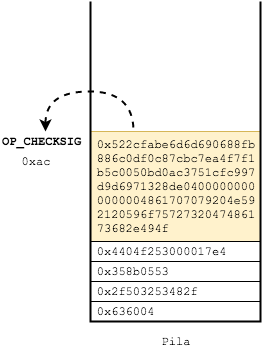
Above: img/Bitcoin_transactions_stack_10.png in JavDomGom/Bitcoin_script_language (draw.io), before the change. Source tidied: cells renumbered, new cells last; positions are measured from the earlier drawing's top-left corner, leaving out a move shared by most shapes.
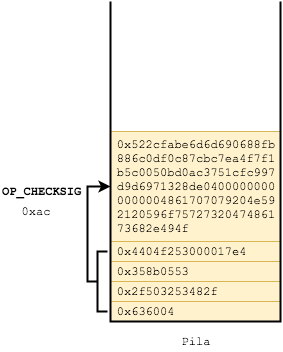
Above is the later version.

What changed in the source:
```diff
@@ -8,41 +8,52 @@
     <mxCell id="3" value="&lt;div&gt;0x522cfabe6d6d690688fb&lt;/div&gt;&lt;div&gt;886c0df0c87cbc7ea4f7f1&lt;/div&gt;&lt;div&gt;b5c0050bd0ac3751cfc997&lt;/div&gt;&lt;div&gt;d9d6971328de0400000000&lt;/div&gt;&lt;div&gt;0000004861707079204e59&lt;/div&gt;&lt;div&gt;2120596f75727320474861&lt;/div&gt;&lt;div&gt;73682e494f&amp;nbsp; &amp;nbsp; &amp;nbsp; &amp;nbsp; &amp;nbsp; &amp;nbsp;&amp;nbsp;&lt;/div&gt;" style="text;html=1;strokeColor=#d6b656;fillColor=#fff2cc;align=center;verticalAlign=middle;whiteSpace=wrap;rounded=0;fontFamily=Courier New;" parent="1" vertex="1">
       <mxGeometry x="90" y="130" width="170" height="110" as="geometry" />
     </mxCell>
-    <mxCell id="4" style="endArrow=none;html=1;rounded=0;strokeWidth=2;" parent="1" edge="1">
-      <mxGeometry relative="1" as="geometry">
-        <mxPoint x="260" as="sourcePoint" />
-        <mxPoint x="90" as="targetPoint" />
-        <Array as="points">
-          <mxPoint x="260" y="320" />
-          <mxPoint x="90" y="320" />
-        </Array>
-      </mxGeometry>
+    <mxCell id="4" value="&lt;span&gt;OP_&lt;/span&gt;CHECKSIG&lt;br&gt;" style="text;html=1;strokeColor=none;fillColor=none;align=left;verticalAlign=middle;whiteSpace=wrap;rounded=0;fontFamily=Courier New;fontStyle=1;" parent="1" vertex="1">
+      <mxGeometry x="-20" y="180" width="90" height="20" as="geometry" />
     </mxCell>
-    <mxCell id="5" value="&lt;span&gt;OP_&lt;/span&gt;CHECKSIG&lt;br&gt;" style="text;html=1;strokeColor=none;fillColor=none;align=left;verticalAlign=middle;whiteSpace=wrap;rounded=0;fontFamily=Courier New;fontStyle=1;" parent="1" vertex="1">
-      <mxGeometry y="130" width="90" height="20" as="geometry" />
+    <mxCell id="5" value="&lt;span&gt;0x636004&amp;nbsp; &amp;nbsp; &amp;nbsp; &amp;nbsp; &amp;nbsp; &amp;nbsp; &amp;nbsp;&amp;nbsp;&lt;/span&gt;" style="text;html=1;strokeColor=#d6b656;fillColor=#fff2cc;align=center;verticalAlign=middle;whiteSpace=wrap;rounded=0;fontFamily=Courier New;" parent="1" vertex="1">
+      <mxGeometry x="90" y="300" width="170" height="20" as="geometry" />
     </mxCell>
-    <mxCell id="6" style="curved=1;endArrow=none;html=1;strokeWidth=2;fontFamily=Courier New;exitX=0.5;exitY=0;exitDx=0;exitDy=0;entryX=0.25;entryY=0;entryDx=0;entryDy=0;dashed=1;startArrow=classic;startFill=1;endFill=0;" parent="1" edge="1" source="5" target="3">
-      <mxGeometry relative="1" as="geometry">
-        <Array as="points">
-          <mxPoint x="45" y="90" />
-          <mxPoint x="133" y="90" />
-        </Array>
-      </mxGeometry>
+    <mxCell id="6" value="&lt;span&gt;0x2f503253482f&amp;nbsp; &amp;nbsp; &amp;nbsp; &amp;nbsp;&amp;nbsp;&lt;/span&gt;&lt;br&gt;" style="text;html=1;strokeColor=#d6b656;fillColor=#fff2cc;align=center;verticalAlign=middle;whiteSpace=wrap;rounded=0;fontFamily=Courier New;" parent="1" vertex="1">
+      <mxGeometry x="90" y="280" width="170" height="20" as="geometry" />
     </mxCell>
-    <mxCell id="7" value="&lt;span&gt;0x636004&amp;nbsp; &amp;nbsp; &amp;nbsp; &amp;nbsp; &amp;nbsp; &amp;nbsp; &amp;nbsp;&amp;nbsp;&lt;/span&gt;" style="text;html=1;strokeColor=#000000;fillColor=none;align=center;verticalAlign=middle;whiteSpace=wrap;rounded=0;fontFamily=Courier New;" parent="1" vertex="1">
-      <mxGeometry x="90" y="300" width="170" height="20" as="geometry" />
+    <mxCell id="7" value="&lt;span&gt;0x358b0553&amp;nbsp; &amp;nbsp; &amp;nbsp; &amp;nbsp; &amp;nbsp; &amp;nbsp;&amp;nbsp;&lt;/span&gt;&lt;br&gt;" style="text;html=1;strokeColor=#d6b656;fillColor=#fff2cc;align=center;verticalAlign=middle;whiteSpace=wrap;rounded=0;fontFamily=Courier New;" parent="1" vertex="1">
+      <mxGeometry x="90" y="260" width="170" height="20" as="geometry" />
     </mxCell>
-    <mxCell id="8" value="&lt;span&gt;0x2f503253482f&amp;nbsp; &amp;nbsp; &amp;nbsp; &amp;nbsp;&amp;nbsp;&lt;/span&gt;&lt;br&gt;" style="text;html=1;strokeColor=#000000;fillColor=none;align=center;verticalAlign=middle;whiteSpace=wrap;rounded=0;fontFamily=Courier New;" parent="1" vertex="1">
-      <mxGeometry x="90" y="280" width="170" height="20" as="geometry" />
+    <mxCell id="8" value="&lt;span&gt;0x4404f253000017e4&amp;nbsp; &amp;nbsp;&amp;nbsp;&lt;/span&gt;&lt;br&gt;" style="text;html=1;strokeColor=#d6b656;fillColor=#fff2cc;align=center;verticalAlign=middle;whiteSpace=wrap;rounded=0;fontFamily=Courier New;" parent="1" vertex="1">
+      <mxGeometry x="90" y="240" width="170" height="20" as="geometry" />
     </mxCell>
-    <mxCell id="9" value="&lt;span&gt;0x358b0553&amp;nbsp; &amp;nbsp; &amp;nbsp; &amp;nbsp; &amp;nbsp; &amp;nbsp;&amp;nbsp;&lt;/span&gt;&lt;br&gt;" style="text;html=1;strokeColor=#000000;fillColor=none;align=center;verticalAlign=middle;whiteSpace=wrap;rounded=0;fontFamily=Courier New;" parent="1" vertex="1">
-      <mxGeometry x="90" y="260" width="170" height="20" as="geometry" />
+    <mxCell id="9" value="0xac" style="text;html=1;strokeColor=none;fillColor=none;align=center;verticalAlign=middle;whiteSpace=wrap;rounded=0;fontFamily=Courier New;" parent="1" vertex="1">
+      <mxGeometry x="-5" y="200" width="40" height="20" as="geometry" />
     </mxCell>
-    <mxCell id="10" value="&lt;span&gt;0x4404f253000017e4&amp;nbsp; &amp;nbsp;&amp;nbsp;&lt;/span&gt;&lt;br&gt;" style="text;html=1;strokeColor=#000000;fillColor=none;align=center;verticalAlign=middle;whiteSpace=wrap;rounded=0;fontFamily=Courier New;" parent="1" vertex="1">
-      <mxGeometry x="90" y="240" width="170" height="20" as="geometry" />
+    <mxCell id="10" style="endArrow=classic;html=1;rounded=0;strokeWidth=2;entryX=0;entryY=0.5;entryDx=0;entryDy=0;" parent="1" edge="1" target="3">
+      <mxGeometry relative="1" as="geometry">
+        <mxPoint x="77" y="280" as="sourcePoint" />
+        <Array as="points">
+          <mxPoint x="67" y="280" />
+          <mxPoint x="67" y="185" />
+        </Array>
+      </mxGeometry>
     </mxCell>
-    <mxCell id="11" value="0xac" style="text;html=1;strokeColor=none;fillColor=none;align=center;verticalAlign=middle;whiteSpace=wrap;rounded=0;fontFamily=Courier New;" parent="1" vertex="1">
-      <mxGeometry x="15" y="150" width="40" height="20" as="geometry" />
+    <mxCell id="11" style="endArrow=none;html=1;rounded=0;strokeWidth=2;" parent="1" edge="1">
+      <mxGeometry relative="1" as="geometry">
+        <mxPoint x="260" as="sourcePoint" />
+        <mxPoint x="90" as="targetPoint" />
+        <Array as="points">
+          <mxPoint x="260" y="320" />
+          <mxPoint x="90" y="320" />
+        </Array>
+      </mxGeometry>
     </mxCell>
+    <mxCell id="12" style="endArrow=none;html=1;rounded=0;strokeWidth=2;" parent="1" edge="1">
+      <mxGeometry relative="1" as="geometry">
+        <mxPoint x="87" y="310" as="sourcePoint" />
+        <mxPoint x="87" y="250" as="targetPoint" />
+        <Array as="points">
+          <mxPoint x="77" y="310" />
+          <mxPoint x="77" y="250" />
+        </Array>
+      </mxGeometry>
+    </mxCell>
   </root>
 </mxGraphModel>
```
